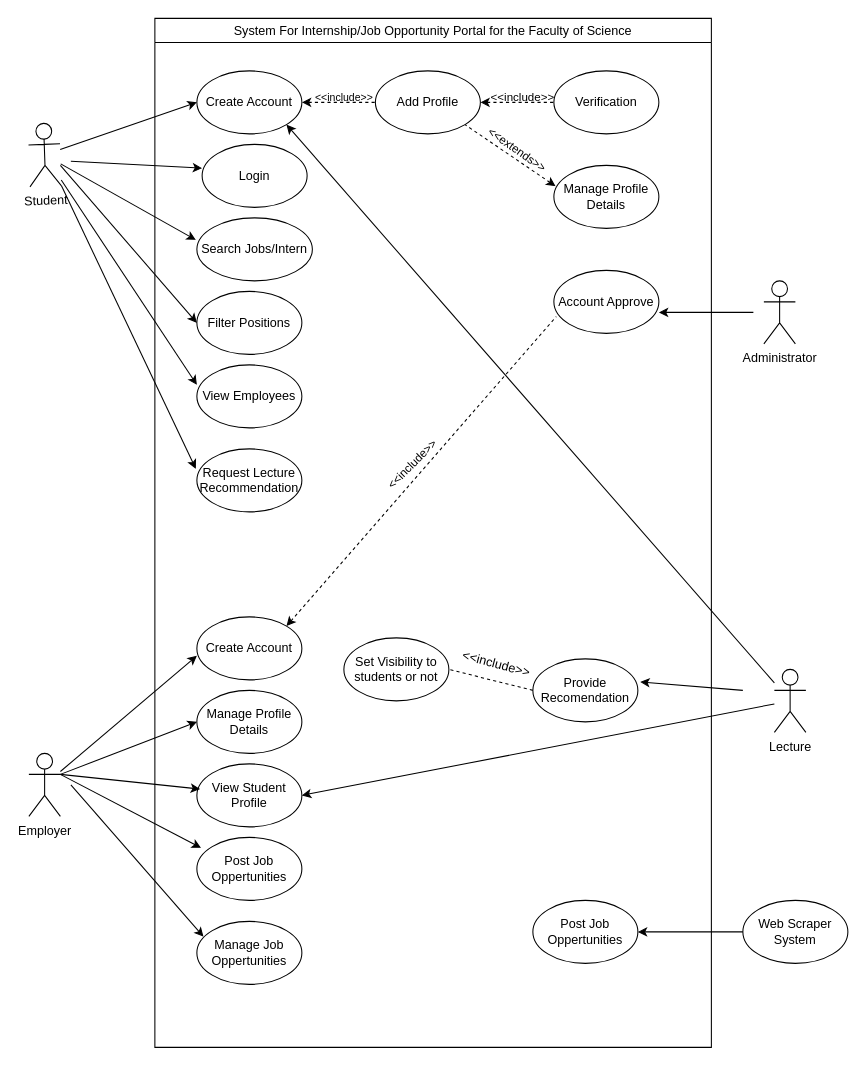
This is 471.drawio from mashihimasha/UPW_Diagrams, a draw.io file, before an edit. Source tidied: cells renumbered, new cells numbered last; positions are measured from the earlier drawing's top-left corner, leaving out a move shared by most shapes. Both pictures are drawn from the tidied source at 105%, with x=0, y=0 at pixel (28, 18).
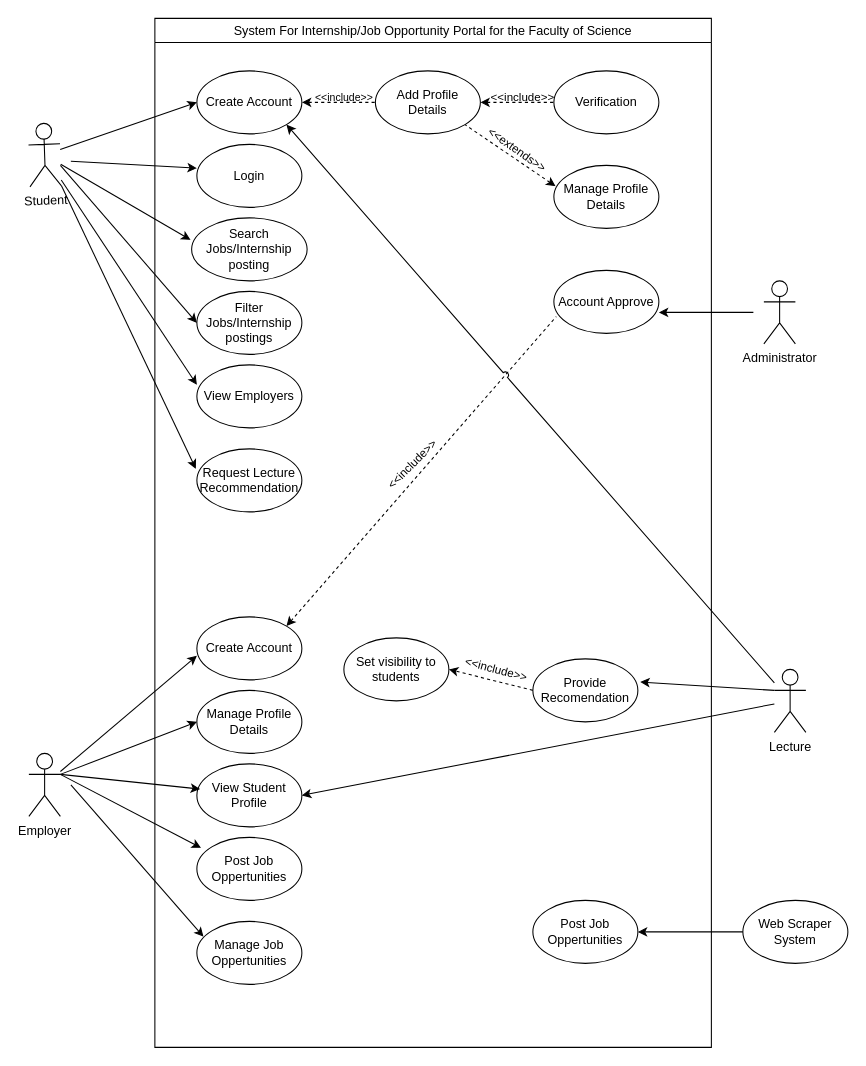
The same diagram, later.

The change refers to these unchanged cells:
```xml
<mxCell id="2" value="System For&amp;nbsp;Internship/Job Opportunity Portal for the Faculty of Science" style="swimlane;whiteSpace=wrap;html=1;fontStyle=0;" parent="1" vertex="1">
  <mxGeometry x="120" width="530" height="980" as="geometry" />
</mxCell>
<mxCell id="3" value="Create Account" style="ellipse;whiteSpace=wrap;html=1;" parent="2" vertex="1">
  <mxGeometry x="40" y="50" width="100" height="60" as="geometry" />
</mxCell>
<mxCell id="16" value="Create Account" style="ellipse;whiteSpace=wrap;html=1;" parent="2" vertex="1">
  <mxGeometry x="40" y="570" width="100" height="60" as="geometry" />
</mxCell>
<mxCell id="28" value="Provide Recomendation" style="ellipse;whiteSpace=wrap;html=1;" parent="2" vertex="1">
  <mxGeometry x="360" y="610" width="100" height="60" as="geometry" />
</mxCell>
<mxCell id="30" value="Account Approve" style="ellipse;whiteSpace=wrap;html=1;" parent="2" vertex="1">
  <mxGeometry x="380" y="240" width="100" height="60" as="geometry" />
</mxCell>
<mxCell id="43" value="Lecture" style="shape=umlActor;verticalLabelPosition=bottom;verticalAlign=top;html=1;outlineConnect=0;" parent="1" vertex="1">
  <mxGeometry x="710" y="620" width="30" height="60" as="geometry" />
</mxCell>
```

Diff of the diagram source:
```diff
@@
-    <mxCell id="4" value="Search Jobs/Intern" style="ellipse;whiteSpace=wrap;html=1;" parent="2" vertex="1">
-      <mxGeometry x="40" y="190" width="110" height="60" as="geometry" />
+    <mxCell id="4" value="Search Jobs/Internship posting" style="ellipse;whiteSpace=wrap;html=1;" parent="2" vertex="1">
+      <mxGeometry x="35" y="190" width="110" height="60" as="geometry" />
     </mxCell>
-    <mxCell id="5" value="Add Profile" style="ellipse;whiteSpace=wrap;html=1;" parent="2" vertex="1">
+    <mxCell id="5" value="Add Profile Details" style="ellipse;whiteSpace=wrap;html=1;" parent="2" vertex="1">
       <mxGeometry x="210" y="50" width="100" height="60" as="geometry" />
     </mxCell>
-    <mxCell id="6" value="Filter Positions" style="ellipse;whiteSpace=wrap;html=1;" parent="2" vertex="1">
+    <mxCell id="6" value="Filter Jobs/Internship postings" style="ellipse;whiteSpace=wrap;html=1;" parent="2" vertex="1">
       <mxGeometry x="40" y="260" width="100" height="60" as="geometry" />
     </mxCell>
-    <mxCell id="7" value="View Employees" style="ellipse;whiteSpace=wrap;html=1;" parent="2" vertex="1">
+    <mxCell id="7" value="View Employers" style="ellipse;whiteSpace=wrap;html=1;" parent="2" vertex="1">
       <mxGeometry x="40" y="330" width="100" height="60" as="geometry" />
     </mxCell>
@@
-    <mxCell id="11" style="endArrow=none;dashed=1;html=1;rounded=0;exitX=0;exitY=0.5;exitDx=0;exitDy=0;entryX=1;entryY=0.5;entryDx=0;entryDy=0;" parent="2" edge="1" source="28" target="21">
+    <mxCell id="11" style="endArrow=classic;dashed=1;html=1;rounded=0;exitX=0;exitY=0.5;exitDx=0;exitDy=0;entryX=1;entryY=0.5;entryDx=0;entryDy=0;startArrow=none;startFill=0;endFill=1;" parent="2" edge="1" source="28" target="21">
       <mxGeometry relative="1" as="geometry" />
     </mxCell>
@@
-    <mxCell id="14" value="&amp;lt;&amp;lt;include&amp;gt;&amp;gt;" style="text;html=1;align=center;verticalAlign=middle;strokeColor=none;fillColor=none;rotation=15;" parent="2" vertex="1">
-      <mxGeometry x="280" y="600" width="90" height="30" as="geometry" />
+    <mxCell id="14" value="&amp;lt;&amp;lt;include&amp;gt;&amp;gt;" style="text;html=1;align=center;verticalAlign=middle;strokeColor=none;fillColor=none;rotation=15;fontSize=11;" parent="2" vertex="1">
+      <mxGeometry x="285" y="605" width="80" height="30" as="geometry" />
     </mxCell>
@@
-    <mxCell id="20" style="endArrow=none;dashed=1;html=1;rounded=0;exitX=1;exitY=0;exitDx=0;exitDy=0;entryX=0.023;entryY=0.733;entryDx=0;entryDy=0;entryPerimeter=0;startArrow=classic;startFill=1;" parent="2" edge="1" source="16" target="30">
+    <mxCell id="20" style="endArrow=none;dashed=1;html=1;rounded=0;exitX=1;exitY=0;exitDx=0;exitDy=0;entryX=0.023;entryY=0.733;entryDx=0;entryDy=0;entryPerimeter=0;startArrow=classic;startFill=1;jumpStyle=gap;" parent="2" edge="1" source="16" target="30">
       <mxGeometry relative="1" as="geometry" />
     </mxCell>
-    <mxCell id="21" value="Set Visibility to students or not" style="ellipse;whiteSpace=wrap;html=1;" parent="2" vertex="1">
+    <mxCell id="21" value="Set visibility to students" style="ellipse;whiteSpace=wrap;html=1;" parent="2" vertex="1">
       <mxGeometry x="180" y="590" width="100" height="60" as="geometry" />
     </mxCell>
     <mxCell id="22" value="Login" style="ellipse;whiteSpace=wrap;html=1;" parent="2" vertex="1">
-      <mxGeometry x="45" y="120" width="100" height="60" as="geometry" />
+      <mxGeometry x="40" y="120" width="100" height="60" as="geometry" />
     </mxCell>
@@
-    <mxCell id="27" style="endArrow=classic;html=1;rounded=0;entryX=1.023;entryY=0.367;entryDx=0;entryDy=0;entryPerimeter=0;" parent="2" edge="1" target="28">
-      <mxGeometry relative="1" as="geometry">
-        <mxPoint x="560" y="640" as="sourcePoint" />
-      </mxGeometry>
-    </mxCell>
@@
-    <mxCell id="44" style="endArrow=classic;html=1;rounded=0;entryX=1;entryY=1;entryDx=0;entryDy=0;" parent="1" edge="1" source="43" target="3">
+    <mxCell id="44" style="endArrow=classic;html=1;rounded=0;entryX=1;entryY=1;entryDx=0;entryDy=0;jumpStyle=arc;" parent="1" edge="1" source="43" target="3">
       <mxGeometry relative="1" as="geometry" />
     </mxCell>
@@
+    <mxCell id="27" style="endArrow=classic;html=1;rounded=0;entryX=1.023;entryY=0.367;entryDx=0;entryDy=0;entryPerimeter=0;exitX=0;exitY=0.3333333333333333;exitDx=0;exitDy=0;exitPerimeter=0;" parent="1" edge="1" source="43" target="28">
+      <mxGeometry relative="1" as="geometry" />
+    </mxCell>
```
